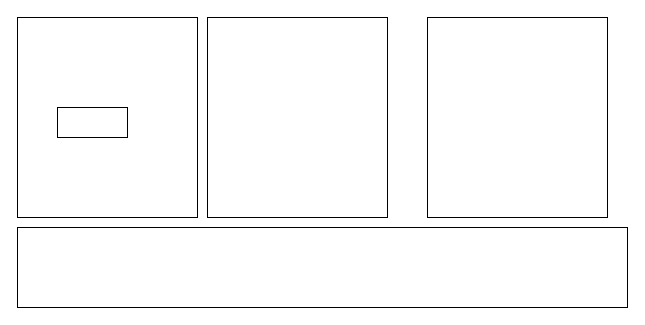
Before: 能力图谱.drawio in luomoweilan/draw, a draw.io diagram. Source tidied: cells renumbered, new cells numbered last; positions are measured from the earlier drawing's top-left corner, leaving out a move shared by most shapes. Both pictures are drawn from the tidied source at 100%, with x=0, y=0 at pixel (17, 17).
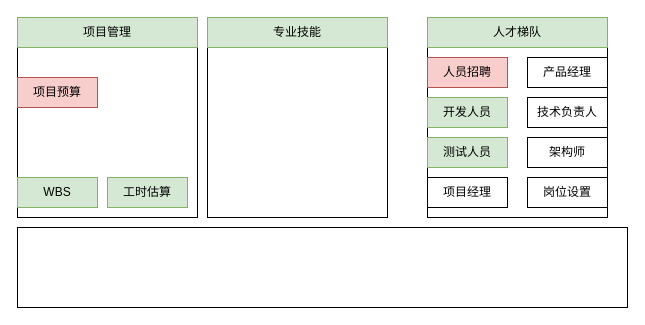
After the change.

Commit message (it also covers changes not shown here):
更新能力图谱.drawio

The edit, as a diff of the source:
```diff
@@
 <mxGraphModel>
   <root>
     <mxCell id="0" />
     <mxCell id="1" parent="0" />
     <mxCell id="2" style="rounded=0;whiteSpace=wrap;html=1;" parent="1" vertex="1">
       <mxGeometry y="210" width="610" height="80" as="geometry" />
     </mxCell>
     <mxCell id="3" style="rounded=0;whiteSpace=wrap;html=1;" parent="1" vertex="1">
       <mxGeometry width="180" height="200" as="geometry" />
     </mxCell>
-    <mxCell id="4" style="rounded=0;whiteSpace=wrap;html=1;" parent="1" vertex="1">
-      <mxGeometry x="40" y="90" width="70" height="30" as="geometry" />
+    <mxCell id="4" value="项目管理" style="rounded=0;whiteSpace=wrap;html=1;fillColor=#d5e8d4;strokeColor=#82b366;" parent="1" vertex="1">
+      <mxGeometry width="180" height="30" as="geometry" />
     </mxCell>
     <mxCell id="5" style="rounded=0;whiteSpace=wrap;html=1;" parent="1" vertex="1">
       <mxGeometry x="190" width="180" height="200" as="geometry" />
     </mxCell>
     <mxCell id="6" style="rounded=0;whiteSpace=wrap;html=1;" parent="1" vertex="1">
       <mxGeometry x="410" width="180" height="200" as="geometry" />
     </mxCell>
+    <mxCell id="7" value="专业技能" style="rounded=0;whiteSpace=wrap;html=1;fillColor=#d5e8d4;strokeColor=#82b366;" parent="1" vertex="1">
+      <mxGeometry x="190" width="180" height="30" as="geometry" />
+    </mxCell>
+    <mxCell id="8" value="人才梯队" style="rounded=0;whiteSpace=wrap;html=1;fillColor=#d5e8d4;strokeColor=#82b366;" parent="1" vertex="1">
+      <mxGeometry x="410" width="180" height="30" as="geometry" />
+    </mxCell>
+    <mxCell id="9" value="人员招聘" style="rounded=0;whiteSpace=wrap;html=1;fillColor=#f8cecc;strokeColor=#b85450;" parent="1" vertex="1">
+      <mxGeometry x="410" y="40" width="80" height="30" as="geometry" />
+    </mxCell>
+    <mxCell id="10" value="测试人员" style="rounded=0;whiteSpace=wrap;html=1;fillColor=#d5e8d4;strokeColor=#82b366;" parent="1" vertex="1">
+      <mxGeometry x="410" y="120" width="80" height="30" as="geometry" />
+    </mxCell>
+    <mxCell id="11" value="开发人员" style="rounded=0;whiteSpace=wrap;html=1;fillColor=#d5e8d4;strokeColor=#82b366;" parent="1" vertex="1">
+      <mxGeometry x="410" y="80" width="80" height="30" as="geometry" />
+    </mxCell>
+    <mxCell id="12" value="项目经理" style="rounded=0;whiteSpace=wrap;html=1;" parent="1" vertex="1">
+      <mxGeometry x="410" y="160" width="80" height="30" as="geometry" />
+    </mxCell>
+    <mxCell id="13" value="产品经理" style="rounded=0;whiteSpace=wrap;html=1;" parent="1" vertex="1">
+      <mxGeometry x="510" y="40" width="80" height="30" as="geometry" />
+    </mxCell>
+    <mxCell id="14" value="技术负责人" style="rounded=0;whiteSpace=wrap;html=1;" parent="1" vertex="1">
+      <mxGeometry x="510" y="80" width="80" height="30" as="geometry" />
+    </mxCell>
+    <mxCell id="15" value="项目预算" style="rounded=0;whiteSpace=wrap;html=1;fillColor=#f8cecc;strokeColor=#b85450;" parent="1" vertex="1">
+      <mxGeometry y="60" width="80" height="30" as="geometry" />
+    </mxCell>
+    <mxCell id="16" value="WBS" style="rounded=0;whiteSpace=wrap;html=1;fillColor=#d5e8d4;strokeColor=#82b366;" parent="1" vertex="1">
+      <mxGeometry y="160" width="80" height="30" as="geometry" />
+    </mxCell>
+    <mxCell id="17" value="工时估算" style="rounded=0;whiteSpace=wrap;html=1;fillColor=#d5e8d4;strokeColor=#82b366;" parent="1" vertex="1">
+      <mxGeometry x="90" y="160" width="80" height="30" as="geometry" />
+    </mxCell>
+    <mxCell id="18" value="岗位设置" style="rounded=0;whiteSpace=wrap;html=1;" parent="1" vertex="1">
+      <mxGeometry x="510" y="160" width="80" height="30" as="geometry" />
+    </mxCell>
+    <mxCell id="19" value="架构师" style="rounded=0;whiteSpace=wrap;html=1;" parent="1" vertex="1">
+      <mxGeometry x="510" y="120" width="80" height="30" as="geometry" />
+    </mxCell>
   </root>
 </mxGraphModel>
```
